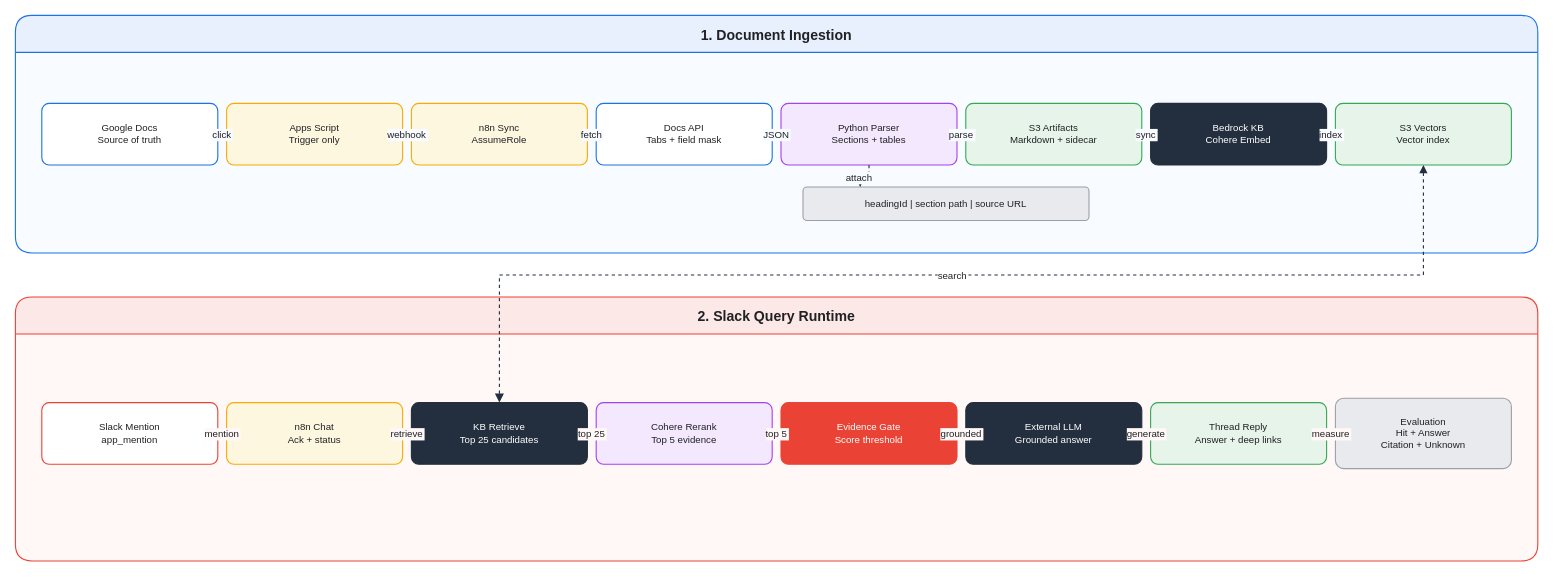
KKamJi98/kkamji98.github.io keeps this draw.io diagram as assets/img/aws/bedrock-slack-rag-architecture.drawio. Above is the earlier version. Source tidied: cells renumbered, new cells numbered last; positions are measured from the earlier drawing's top-left corner, leaving out a move shared by most shapes. Both pictures are drawn from the tidied source at 88%, with x=0, y=0 at pixel (15, 15).
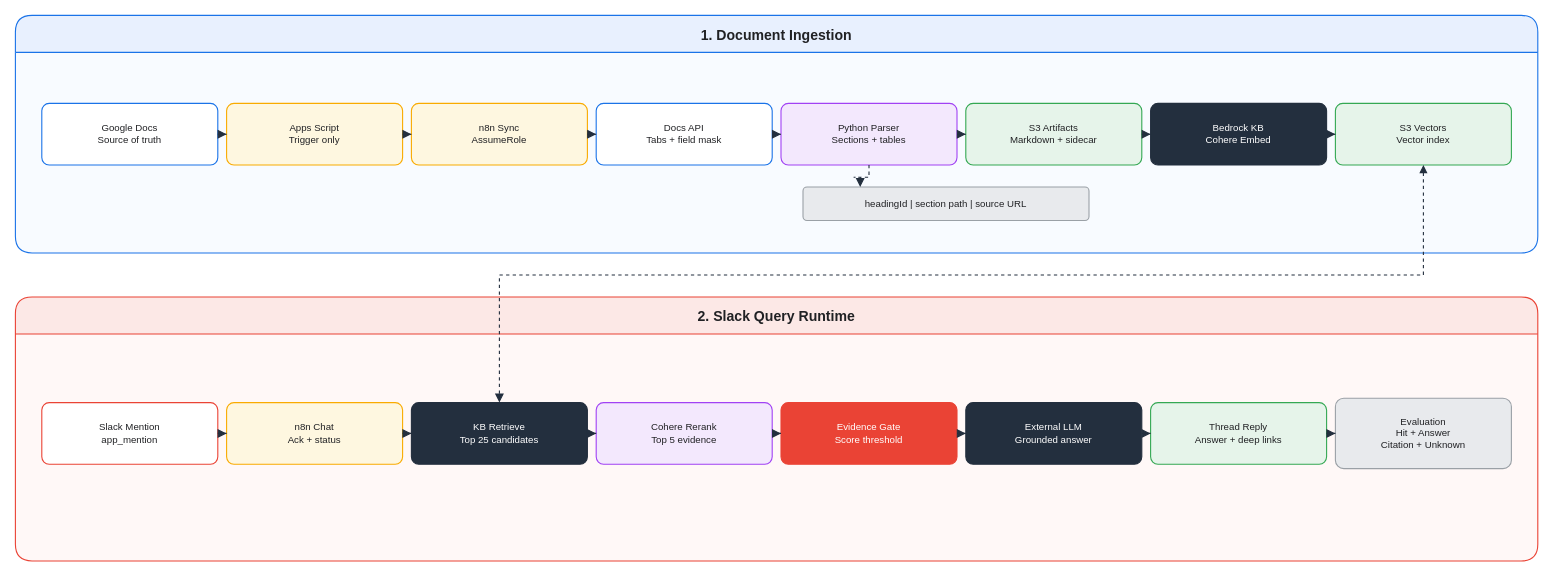
The same diagram, later.

The change refers to these unchanged cells:
```xml
<mxCell id="4" value="Google Docs&#10;Source of truth" style="rounded=1;arcSize=12;whiteSpace=wrap;html=0;fillColor=#FFFFFF;strokeColor=#1A73E8;strokeWidth=1.25;fontSize=11;fontColor=#202124;shadow=0;" parent="1" vertex="1">
  <mxGeometry x="30" y="100" width="200" height="70" as="geometry" />
</mxCell>
<mxCell id="5" value="Apps Script&#10;Trigger only" style="rounded=1;arcSize=12;whiteSpace=wrap;html=0;fillColor=#FEF7E0;strokeColor=#F9AB00;strokeWidth=1.25;fontSize=11;fontColor=#202124;shadow=0;" parent="1" vertex="1">
  <mxGeometry x="240" y="100" width="200" height="70" as="geometry" />
</mxCell>
<mxCell id="6" value="n8n Sync&#10;AssumeRole" style="rounded=1;arcSize=12;whiteSpace=wrap;html=0;fillColor=#FEF7E0;strokeColor=#F9AB00;strokeWidth=1.25;fontSize=11;fontColor=#202124;shadow=0;" parent="1" vertex="1">
  <mxGeometry x="450" y="100" width="200" height="70" as="geometry" />
</mxCell>
<mxCell id="7" value="Docs API&#10;Tabs + field mask" style="rounded=1;arcSize=12;whiteSpace=wrap;html=0;fillColor=#FFFFFF;strokeColor=#1A73E8;strokeWidth=1.25;fontSize=11;fontColor=#202124;shadow=0;" parent="1" vertex="1">
  <mxGeometry x="660" y="100" width="200" height="70" as="geometry" />
</mxCell>
<mxCell id="8" value="Python Parser&#10;Sections + tables" style="rounded=1;arcSize=12;whiteSpace=wrap;html=0;fillColor=#F3E8FD;strokeColor=#A142F4;strokeWidth=1.25;fontSize=11;fontColor=#202124;shadow=0;" parent="1" vertex="1">
  <mxGeometry x="870" y="100" width="200" height="70" as="geometry" />
</mxCell>
<mxCell id="9" value="S3 Artifacts&#10;Markdown + sidecar" style="rounded=1;arcSize=12;whiteSpace=wrap;html=0;fillColor=#E6F4EA;strokeColor=#34A853;strokeWidth=1.25;fontSize=11;fontColor=#202124;shadow=0;" parent="1" vertex="1">
  <mxGeometry x="1080" y="100" width="200" height="70" as="geometry" />
</mxCell>
<mxCell id="10" value="Bedrock KB&#10;Cohere Embed" style="rounded=1;arcSize=12;whiteSpace=wrap;html=0;fillColor=#232F3E;strokeColor=#232F3E;strokeWidth=1.25;fontSize=11;fontColor=#FFFFFF;shadow=0;" parent="1" vertex="1">
  <mxGeometry x="1290" y="100" width="200" height="70" as="geometry" />
</mxCell>
<mxCell id="11" value="S3 Vectors&#10;Vector index" style="rounded=1;arcSize=12;whiteSpace=wrap;html=0;fillColor=#E6F4EA;strokeColor=#34A853;strokeWidth=1.25;fontSize=11;fontColor=#202124;shadow=0;" parent="1" vertex="1">
  <mxGeometry x="1500" y="100" width="200" height="70" as="geometry" />
</mxCell>
<mxCell id="12" value="headingId | section path | source URL" style="rounded=1;arcSize=12;whiteSpace=wrap;html=0;fillColor=#E8EAED;strokeColor=#9AA0A6;strokeWidth=1.25;fontSize=11;fontColor=#202124;shadow=0;" parent="1" vertex="1">
  <mxGeometry x="895" y="195" width="325" height="38" as="geometry" />
</mxCell>
<mxCell id="13" value="Slack Mention&#10;app_mention" style="rounded=1;arcSize=12;whiteSpace=wrap;html=0;fillColor=#FFFFFF;strokeColor=#EA4335;strokeWidth=1.25;fontSize=11;fontColor=#202124;shadow=0;" parent="1" vertex="1">
  <mxGeometry x="30" y="440" width="200" height="70" as="geometry" />
</mxCell>
<mxCell id="14" value="n8n Chat&#10;Ack + status" style="rounded=1;arcSize=12;whiteSpace=wrap;html=0;fillColor=#FEF7E0;strokeColor=#F9AB00;strokeWidth=1.25;fontSize=11;fontColor=#202124;shadow=0;" parent="1" vertex="1">
  <mxGeometry x="240" y="440" width="200" height="70" as="geometry" />
</mxCell>
<mxCell id="15" value="KB Retrieve&#10;Top 25 candidates" style="rounded=1;arcSize=12;whiteSpace=wrap;html=0;fillColor=#232F3E;strokeColor=#232F3E;strokeWidth=1.25;fontSize=11;fontColor=#FFFFFF;shadow=0;" parent="1" vertex="1">
  <mxGeometry x="450" y="440" width="200" height="70" as="geometry" />
</mxCell>
<mxCell id="16" value="Cohere Rerank&#10;Top 5 evidence" style="rounded=1;arcSize=12;whiteSpace=wrap;html=0;fillColor=#F3E8FD;strokeColor=#A142F4;strokeWidth=1.25;fontSize=11;fontColor=#202124;shadow=0;" parent="1" vertex="1">
  <mxGeometry x="660" y="440" width="200" height="70" as="geometry" />
</mxCell>
<mxCell id="17" value="Evidence Gate&#10;Score threshold" style="rounded=1;arcSize=12;whiteSpace=wrap;html=0;fillColor=#EA4335;strokeColor=#EA4335;strokeWidth=1.25;fontSize=11;fontColor=#FFFFFF;shadow=0;" parent="1" vertex="1">
  <mxGeometry x="870" y="440" width="200" height="70" as="geometry" />
</mxCell>
<mxCell id="18" value="External LLM&#10;Grounded answer" style="rounded=1;arcSize=12;whiteSpace=wrap;html=0;fillColor=#232F3E;strokeColor=#232F3E;strokeWidth=1.25;fontSize=11;fontColor=#FFFFFF;shadow=0;" parent="1" vertex="1">
  <mxGeometry x="1080" y="440" width="200" height="70" as="geometry" />
</mxCell>
<mxCell id="19" value="Thread Reply&#10;Answer + deep links" style="rounded=1;arcSize=12;whiteSpace=wrap;html=0;fillColor=#E6F4EA;strokeColor=#34A853;strokeWidth=1.25;fontSize=11;fontColor=#202124;shadow=0;" parent="1" vertex="1">
  <mxGeometry x="1290" y="440" width="200" height="70" as="geometry" />
</mxCell>
<mxCell id="20" value="Evaluation&#10;Hit + Answer&#10;Citation + Unknown" style="rounded=1;arcSize=12;whiteSpace=wrap;html=0;fillColor=#E8EAED;strokeColor=#9AA0A6;strokeWidth=1.25;fontSize=11;fontColor=#202124;shadow=0;" parent="1" vertex="1">
  <mxGeometry x="1500" y="435" width="200" height="80" as="geometry" />
</mxCell>
```

The edit, as a diff of the source:
```diff
@@
-    <mxCell id="21" value="click" style="edgeStyle=orthogonalEdgeStyle;rounded=0;html=0;endArrow=block;strokeColor=#232F3E;strokeWidth=1.25;fontSize=11;fontColor=#202124;labelBackgroundColor=#F8FBFF;endSize=7;" parent="1" edge="1" source="4" target="5">
+    <mxCell id="21" style="edgeStyle=orthogonalEdgeStyle;rounded=0;html=0;endArrow=block;strokeColor=#232F3E;strokeWidth=1.25;fontSize=11;fontColor=#202124;labelBackgroundColor=none;endSize=7;" parent="1" edge="1" source="4" target="5">
       <mxGeometry relative="1" as="geometry" />
     </mxCell>
-    <mxCell id="22" value="webhook" style="edgeStyle=orthogonalEdgeStyle;rounded=0;html=0;endArrow=block;strokeColor=#232F3E;strokeWidth=1.25;fontSize=11;fontColor=#202124;labelBackgroundColor=#F8FBFF;endSize=7;" parent="1" edge="1" source="5" target="6">
+    <mxCell id="22" style="edgeStyle=orthogonalEdgeStyle;rounded=0;html=0;endArrow=block;strokeColor=#232F3E;strokeWidth=1.25;fontSize=11;fontColor=#202124;labelBackgroundColor=none;endSize=7;" parent="1" edge="1" source="5" target="6">
       <mxGeometry relative="1" as="geometry" />
     </mxCell>
-    <mxCell id="23" value="fetch" style="edgeStyle=orthogonalEdgeStyle;rounded=0;html=0;endArrow=block;strokeColor=#232F3E;strokeWidth=1.25;fontSize=11;fontColor=#202124;labelBackgroundColor=#F8FBFF;endSize=7;" parent="1" edge="1" source="6" target="7">
+    <mxCell id="23" style="edgeStyle=orthogonalEdgeStyle;rounded=0;html=0;endArrow=block;strokeColor=#232F3E;strokeWidth=1.25;fontSize=11;fontColor=#202124;labelBackgroundColor=none;endSize=7;" parent="1" edge="1" source="6" target="7">
       <mxGeometry relative="1" as="geometry" />
     </mxCell>
-    <mxCell id="24" value="JSON" style="edgeStyle=orthogonalEdgeStyle;rounded=0;html=0;endArrow=block;strokeColor=#232F3E;strokeWidth=1.25;fontSize=11;fontColor=#202124;labelBackgroundColor=#F8FBFF;endSize=7;" parent="1" edge="1" source="7" target="8">
+    <mxCell id="24" style="edgeStyle=orthogonalEdgeStyle;rounded=0;html=0;endArrow=block;strokeColor=#232F3E;strokeWidth=1.25;fontSize=11;fontColor=#202124;labelBackgroundColor=none;endSize=7;" parent="1" edge="1" source="7" target="8">
       <mxGeometry relative="1" as="geometry" />
     </mxCell>
-    <mxCell id="25" value="parse" style="edgeStyle=orthogonalEdgeStyle;rounded=0;html=0;endArrow=block;strokeColor=#232F3E;strokeWidth=1.25;fontSize=11;fontColor=#202124;labelBackgroundColor=#F8FBFF;endSize=7;" parent="1" edge="1" source="8" target="9">
+    <mxCell id="25" style="edgeStyle=orthogonalEdgeStyle;rounded=0;html=0;endArrow=block;strokeColor=#232F3E;strokeWidth=1.25;fontSize=11;fontColor=#202124;labelBackgroundColor=none;endSize=7;" parent="1" edge="1" source="8" target="9">
       <mxGeometry relative="1" as="geometry" />
     </mxCell>
-    <mxCell id="26" value="sync" style="edgeStyle=orthogonalEdgeStyle;rounded=0;html=0;endArrow=block;strokeColor=#232F3E;strokeWidth=1.25;fontSize=11;fontColor=#202124;labelBackgroundColor=#F8FBFF;endSize=7;" parent="1" edge="1" source="9" target="10">
+    <mxCell id="26" style="edgeStyle=orthogonalEdgeStyle;rounded=0;html=0;endArrow=block;strokeColor=#232F3E;strokeWidth=1.25;fontSize=11;fontColor=#202124;labelBackgroundColor=none;endSize=7;" parent="1" edge="1" source="9" target="10">
       <mxGeometry relative="1" as="geometry" />
     </mxCell>
-    <mxCell id="27" value="index" style="edgeStyle=orthogonalEdgeStyle;rounded=0;html=0;endArrow=block;strokeColor=#232F3E;strokeWidth=1.25;fontSize=11;fontColor=#202124;labelBackgroundColor=#F8FBFF;endSize=7;" parent="1" edge="1" source="10" target="11">
+    <mxCell id="27" style="edgeStyle=orthogonalEdgeStyle;rounded=0;html=0;endArrow=block;strokeColor=#232F3E;strokeWidth=1.25;fontSize=11;fontColor=#202124;labelBackgroundColor=none;endSize=7;" parent="1" edge="1" source="10" target="11">
       <mxGeometry relative="1" as="geometry" />
     </mxCell>
-    <mxCell id="28" value="attach" style="edgeStyle=orthogonalEdgeStyle;rounded=0;html=0;endArrow=block;dashed=1;strokeColor=#232F3E;strokeWidth=1.25;fontSize=11;fontColor=#202124;labelBackgroundColor=#F8FBFF;exitX=0.5;exitY=1;entryX=0.2;entryY=0;endSize=7;" parent="1" edge="1" source="8" target="12">
+    <mxCell id="28" style="edgeStyle=orthogonalEdgeStyle;rounded=0;html=0;endArrow=block;dashed=1;strokeColor=#232F3E;strokeWidth=1.25;fontSize=11;fontColor=#202124;labelBackgroundColor=none;exitX=0.5;exitY=1;entryX=0.2;entryY=0;endSize=7;" parent="1" edge="1" source="8" target="12">
       <mxGeometry relative="1" as="geometry">
         <Array as="points">
           <mxPoint x="970" y="184" />
           <mxPoint x="952.5" y="184" />
           <mxPoint x="960" y="184" />
         </Array>
       </mxGeometry>
     </mxCell>
-    <mxCell id="29" value="mention" style="edgeStyle=orthogonalEdgeStyle;rounded=0;html=0;endArrow=block;strokeColor=#232F3E;strokeWidth=1.25;fontSize=11;fontColor=#202124;labelBackgroundColor=#FFF8F7;endSize=7;" parent="1" edge="1" source="13" target="14">
+    <mxCell id="29" style="edgeStyle=orthogonalEdgeStyle;rounded=0;html=0;endArrow=block;strokeColor=#232F3E;strokeWidth=1.25;fontSize=11;fontColor=#202124;labelBackgroundColor=none;endSize=7;" parent="1" edge="1" source="13" target="14">
       <mxGeometry relative="1" as="geometry" />
     </mxCell>
-    <mxCell id="30" value="retrieve" style="edgeStyle=orthogonalEdgeStyle;rounded=0;html=0;endArrow=block;strokeColor=#232F3E;strokeWidth=1.25;fontSize=11;fontColor=#202124;labelBackgroundColor=#FFF8F7;endSize=7;" parent="1" edge="1" source="14" target="15">
+    <mxCell id="30" style="edgeStyle=orthogonalEdgeStyle;rounded=0;html=0;endArrow=block;strokeColor=#232F3E;strokeWidth=1.25;fontSize=11;fontColor=#202124;labelBackgroundColor=none;endSize=7;" parent="1" edge="1" source="14" target="15">
       <mxGeometry relative="1" as="geometry" />
     </mxCell>
-    <mxCell id="31" value="top 25" style="edgeStyle=orthogonalEdgeStyle;rounded=0;html=0;endArrow=block;strokeColor=#232F3E;strokeWidth=1.25;fontSize=11;fontColor=#202124;labelBackgroundColor=#FFF8F7;endSize=7;" parent="1" edge="1" source="15" target="16">
+    <mxCell id="31" style="edgeStyle=orthogonalEdgeStyle;rounded=0;html=0;endArrow=block;strokeColor=#232F3E;strokeWidth=1.25;fontSize=11;fontColor=#202124;labelBackgroundColor=none;endSize=7;" parent="1" edge="1" source="15" target="16">
       <mxGeometry relative="1" as="geometry" />
     </mxCell>
-    <mxCell id="32" value="top 5" style="edgeStyle=orthogonalEdgeStyle;rounded=0;html=0;endArrow=block;strokeColor=#232F3E;strokeWidth=1.25;fontSize=11;fontColor=#202124;labelBackgroundColor=#FFF8F7;endSize=7;" parent="1" edge="1" source="16" target="17">
+    <mxCell id="32" style="edgeStyle=orthogonalEdgeStyle;rounded=0;html=0;endArrow=block;strokeColor=#232F3E;strokeWidth=1.25;fontSize=11;fontColor=#202124;labelBackgroundColor=none;endSize=7;" parent="1" edge="1" source="16" target="17">
       <mxGeometry relative="1" as="geometry" />
     </mxCell>
-    <mxCell id="33" value="grounded" style="edgeStyle=orthogonalEdgeStyle;rounded=0;html=0;endArrow=block;strokeColor=#232F3E;strokeWidth=1.25;fontSize=11;fontColor=#202124;labelBackgroundColor=#FFF8F7;endSize=7;" parent="1" edge="1" source="17" target="18">
+    <mxCell id="33" style="edgeStyle=orthogonalEdgeStyle;rounded=0;html=0;endArrow=block;strokeColor=#232F3E;strokeWidth=1.25;fontSize=11;fontColor=#202124;labelBackgroundColor=none;endSize=7;" parent="1" edge="1" source="17" target="18">
       <mxGeometry relative="1" as="geometry" />
     </mxCell>
-    <mxCell id="34" value="generate" style="edgeStyle=orthogonalEdgeStyle;rounded=0;html=0;endArrow=block;strokeColor=#232F3E;strokeWidth=1.25;fontSize=11;fontColor=#202124;labelBackgroundColor=#FFF8F7;endSize=7;" parent="1" edge="1" source="18" target="19">
+    <mxCell id="34" style="edgeStyle=orthogonalEdgeStyle;rounded=0;html=0;endArrow=block;strokeColor=#232F3E;strokeWidth=1.25;fontSize=11;fontColor=#202124;labelBackgroundColor=none;endSize=7;" parent="1" edge="1" source="18" target="19">
       <mxGeometry relative="1" as="geometry" />
     </mxCell>
-    <mxCell id="35" value="measure" style="edgeStyle=orthogonalEdgeStyle;rounded=0;html=0;endArrow=block;dashed=1;strokeColor=#232F3E;strokeWidth=1.25;fontSize=11;fontColor=#202124;labelBackgroundColor=#FFF8F7;endSize=7;" parent="1" edge="1" source="19" target="20">
+    <mxCell id="35" style="edgeStyle=orthogonalEdgeStyle;rounded=0;html=0;endArrow=block;dashed=1;strokeColor=#232F3E;strokeWidth=1.25;fontSize=11;fontColor=#202124;labelBackgroundColor=none;endSize=7;" parent="1" edge="1" source="19" target="20">
       <mxGeometry relative="1" as="geometry" />
     </mxCell>
-    <mxCell id="36" value="search" style="edgeStyle=orthogonalEdgeStyle;rounded=0;html=0;startArrow=block;endArrow=block;dashed=1;strokeColor=#232F3E;strokeWidth=1.25;fontSize=11;fontColor=#202124;labelBackgroundColor=#FFFFFF;exitX=0.5;exitY=1;entryX=0.5;entryY=0;endSize=7;" parent="1" edge="1" source="11" target="15">
+    <mxCell id="36" style="edgeStyle=orthogonalEdgeStyle;rounded=0;html=0;startArrow=block;endArrow=block;dashed=1;strokeColor=#232F3E;strokeWidth=1.25;fontSize=11;fontColor=#202124;labelBackgroundColor=none;exitX=0.5;exitY=1;entryX=0.5;entryY=0;endSize=7;" parent="1" edge="1" source="11" target="15">
       <mxGeometry relative="1" as="geometry">
         <Array as="points">
           <mxPoint x="1600" y="295" />
           <mxPoint x="1582.5" y="295" />
           <mxPoint x="532.5" y="295" />
           <mxPoint x="550" y="295" />
         </Array>
       </mxGeometry>
     </mxCell>
```
